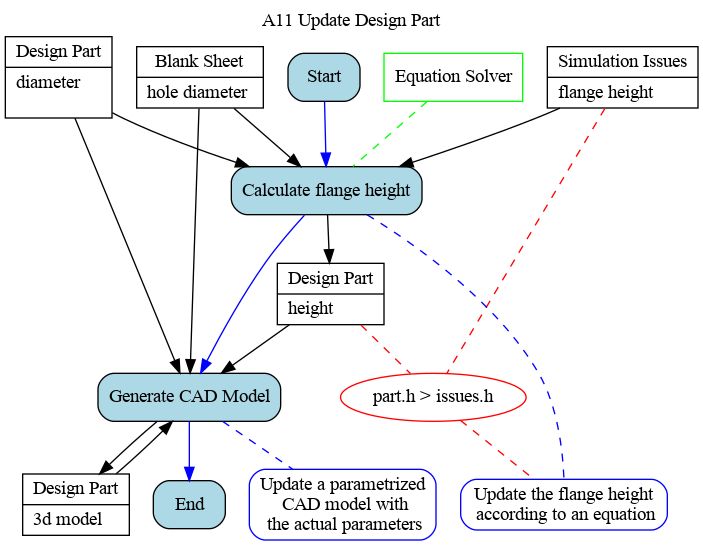
This is Ontology_Layer/Behaviour_Model/01_A11.gv.png from ModelsforManufacturing/hole-flanging-by-SPIF-in-a-single-stage, a Graphviz export, as it was before one commit. Its source is kept beside it as Ontology_Layer/Behaviour_Model/01_A11.gv. Source of this version:
```dot
digraph behaviourmodel {

labelloc="t"
label="A11 Update Design Part"

node [shape=record, style=filled, fillcolor=white, color=black]
part_d [label="{Design Part | diameter \l \l}"]
part_h [label="{Design Part | height \l}"]
part_m [label="{Design Part | 3d model \l}"]
blank [label="{Blank Sheet | hole diameter \l}"]
iss_sim [label="{Simulation Issues | flange height \l}"]

node [shape=box, style=filled, fillcolor=white, color=green]
m1 [label="Equation Solver"]

node [shape=box, style="filled, rounded", fillcolor=lightblue, color=black]
Start
t1 [label="Calculate flange height"]
t2 [label="Generate CAD Model"]
End

node [shape=box, style="filled, rounded", fillcolor=white, color=blue]
r1 [label="Update the flange height\n according to an equation"]
r2 [label="Update a parametrized\n CAD model with\n the actual parameters"]

edge [dir=none, color=blue, style=dashed]
t1 -> r1
t2 -> r2

edge [dir=forward, color=blue, fontcolor=blue, style=solid]
Start -> t1 -> t2 -> End

edge [dir=none, color=green, style=dashed]
m1 -> t1

edge [dir=forward, color=black, fontcolor=black, style=solid]
{part_d, blank, iss_sim} -> t1
t1 -> part_h
{part_d, blank, part_h, part_m} -> t2 -> part_m

node [shape=ellipse, style=filled, fillcolor=white, color=red]
c1 [label="part.h > issues.h"]

edge [dir=none, color=red, style=dashed]
{part_h, iss_sim} -> c1 -> r1

}
```
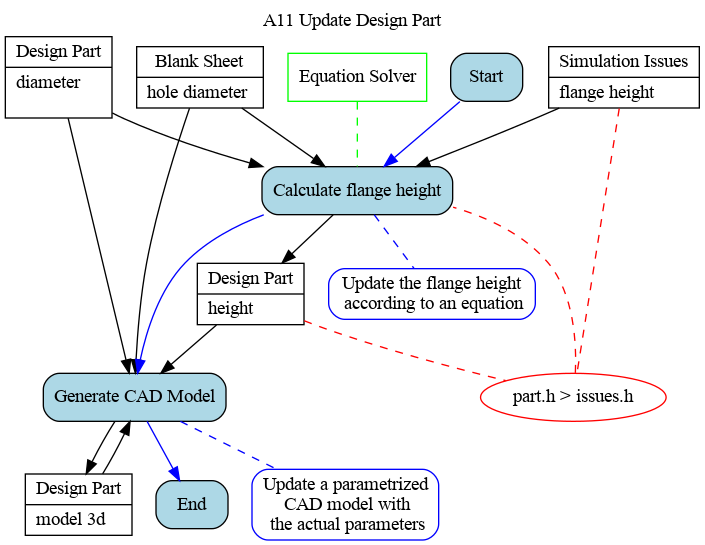
The same diagram one commit later.

The edit, as a diff of the source:
```diff
@@ -6,7 +6,7 @@
 node [shape=record, style=filled, fillcolor=white, color=black]
 part_d [label="{Design Part | diameter \l \l}"]
 part_h [label="{Design Part | height \l}"]
-part_m [label="{Design Part | 3d model \l}"]
+part_m [label="{Design Part | model 3d \l}"]
 blank [label="{Blank Sheet | hole diameter \l}"]
 iss_sim [label="{Simulation Issues | flange height \l}"]
 
@@ -42,6 +42,6 @@
 c1 [label="part.h > issues.h"]
 
 edge [dir=none, color=red, style=dashed]
-{part_h, iss_sim} -> c1 -> r1
+{part_h, iss_sim} -> c1 -> t1
 
 }
```
